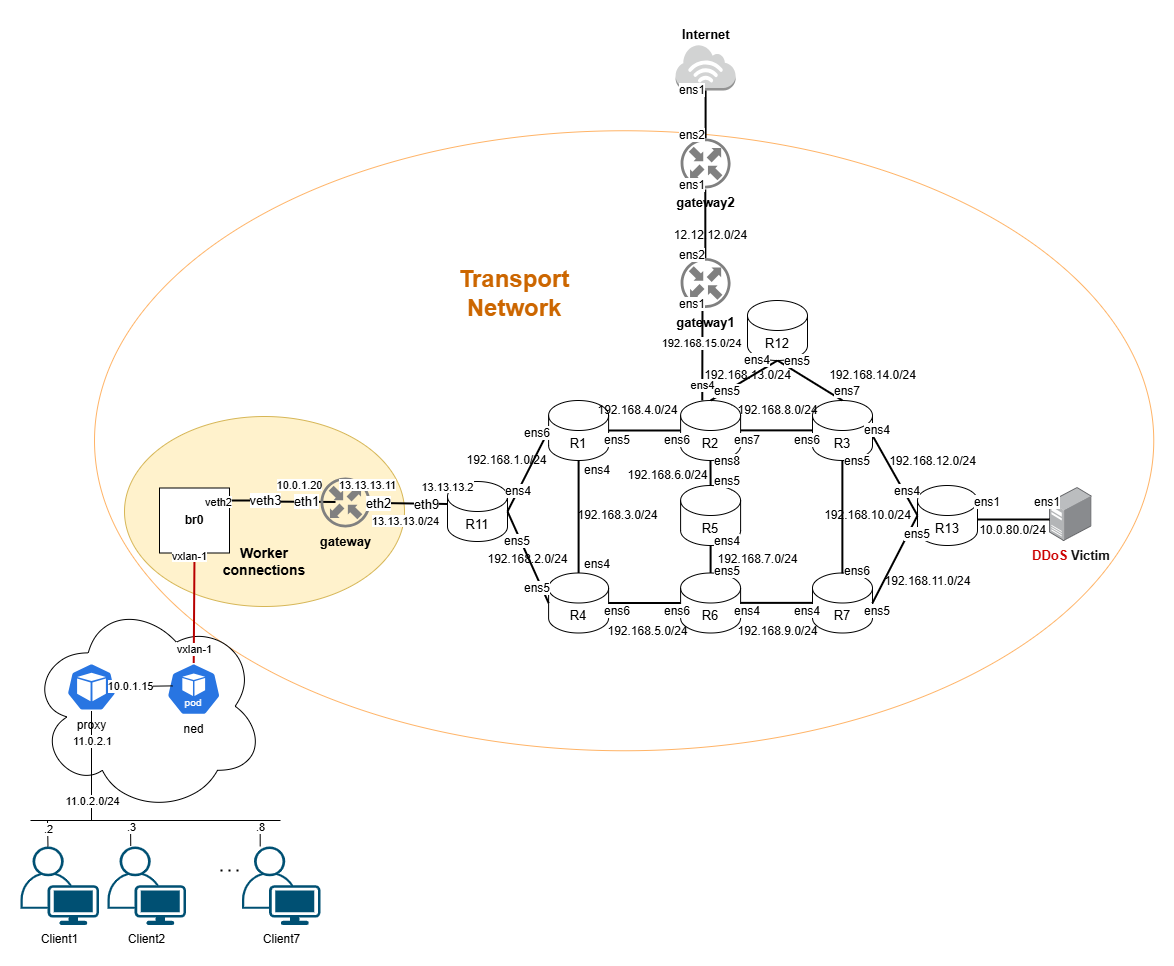
Above: deployment-kne/mouseworld_topology/topology.png in Mouseworld-Lab/NDT-EDGE (draw.io), before the change. Source tidied: cells renumbered, new cells last; positions are measured from the earlier drawing's top-left corner, leaving out a move shared by most shapes.
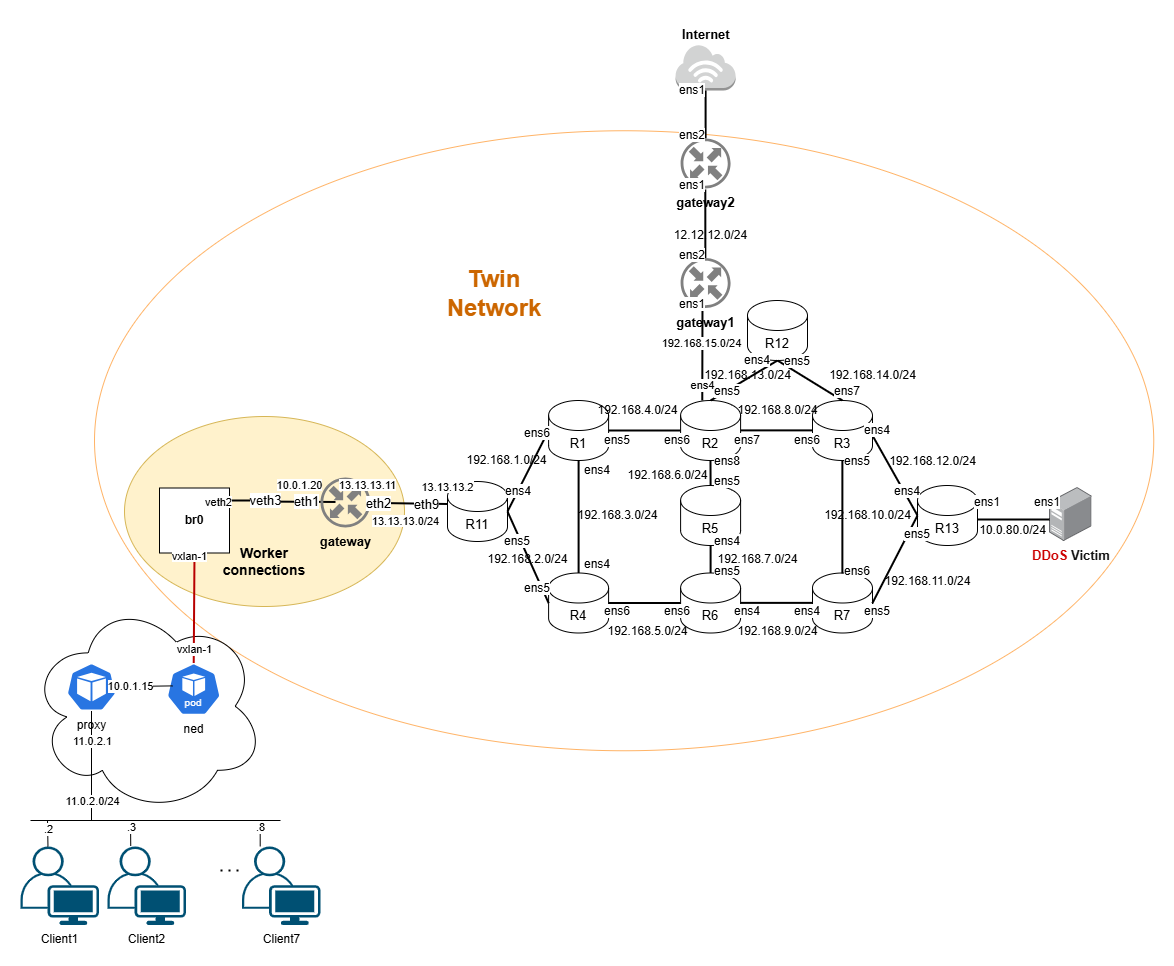
Later version of the same file.

The edit, as a diff of the source:
```diff
@@ -398,8 +398,8 @@
     <mxCell id="118" value="10.0.80.0/24" style="text;html=1;align=center;verticalAlign=middle;strokeColor=none;fillColor=none;" parent="1" vertex="1">
       <mxGeometry x="947" y="495" width="90" height="30" as="geometry" />
     </mxCell>
-    <mxCell id="119" value="&lt;span style=&quot;font-size: 24px;&quot;&gt;&lt;b style=&quot;&quot;&gt;&lt;font style=&quot;color: rgb(204, 102, 0);&quot;&gt;Transport&lt;/font&gt;&lt;/b&gt;&lt;/span&gt;&lt;div&gt;&lt;b style=&quot;font-size: 24px;&quot;&gt;&lt;font style=&quot;color: rgb(204, 102, 0);&quot;&gt;Network&lt;/font&gt;&lt;/b&gt;&lt;span style=&quot;font-size: 24px;&quot;&gt;&lt;b style=&quot;&quot;&gt;&lt;font style=&quot;color: rgb(204, 102, 0);&quot;&gt;&lt;/font&gt;&lt;/b&gt;&lt;/span&gt;&lt;/div&gt;" style="text;html=1;align=center;verticalAlign=middle;whiteSpace=wrap;rounded=0;" parent="1" vertex="1">
-      <mxGeometry x="464" y="257.5" width="60" height="30" as="geometry" />
+    <mxCell id="119" value="&lt;span style=&quot;font-size: 24px;&quot;&gt;&lt;b style=&quot;&quot;&gt;&lt;font style=&quot;color: rgb(204, 102, 0);&quot;&gt;Twin&lt;/font&gt;&lt;/b&gt;&lt;/span&gt;&lt;div&gt;&lt;b style=&quot;font-size: 24px;&quot;&gt;&lt;font style=&quot;color: rgb(204, 102, 0);&quot;&gt;Network&lt;/font&gt;&lt;/b&gt;&lt;span style=&quot;font-size: 24px;&quot;&gt;&lt;b style=&quot;&quot;&gt;&lt;font style=&quot;color: rgb(204, 102, 0);&quot;&gt;&lt;/font&gt;&lt;/b&gt;&lt;/span&gt;&lt;/div&gt;" style="text;html=1;align=center;verticalAlign=middle;whiteSpace=wrap;rounded=0;" parent="1" vertex="1">
+      <mxGeometry x="444" y="257.5" width="60" height="30" as="geometry" />
     </mxCell>
     <mxCell id="120" value="Client1" style="points=[[0.35,0,0],[0.98,0.51,0],[1,0.71,0],[0.67,1,0],[0,0.795,0],[0,0.65,0]];verticalLabelPosition=bottom;sketch=0;html=1;verticalAlign=top;align=center;shape=mxgraph.cisco19.user;fillColor=#005073;strokeColor=none;" parent="1" vertex="1">
       <mxGeometry y="826" width="78.5" height="78.5" as="geometry" />
```
